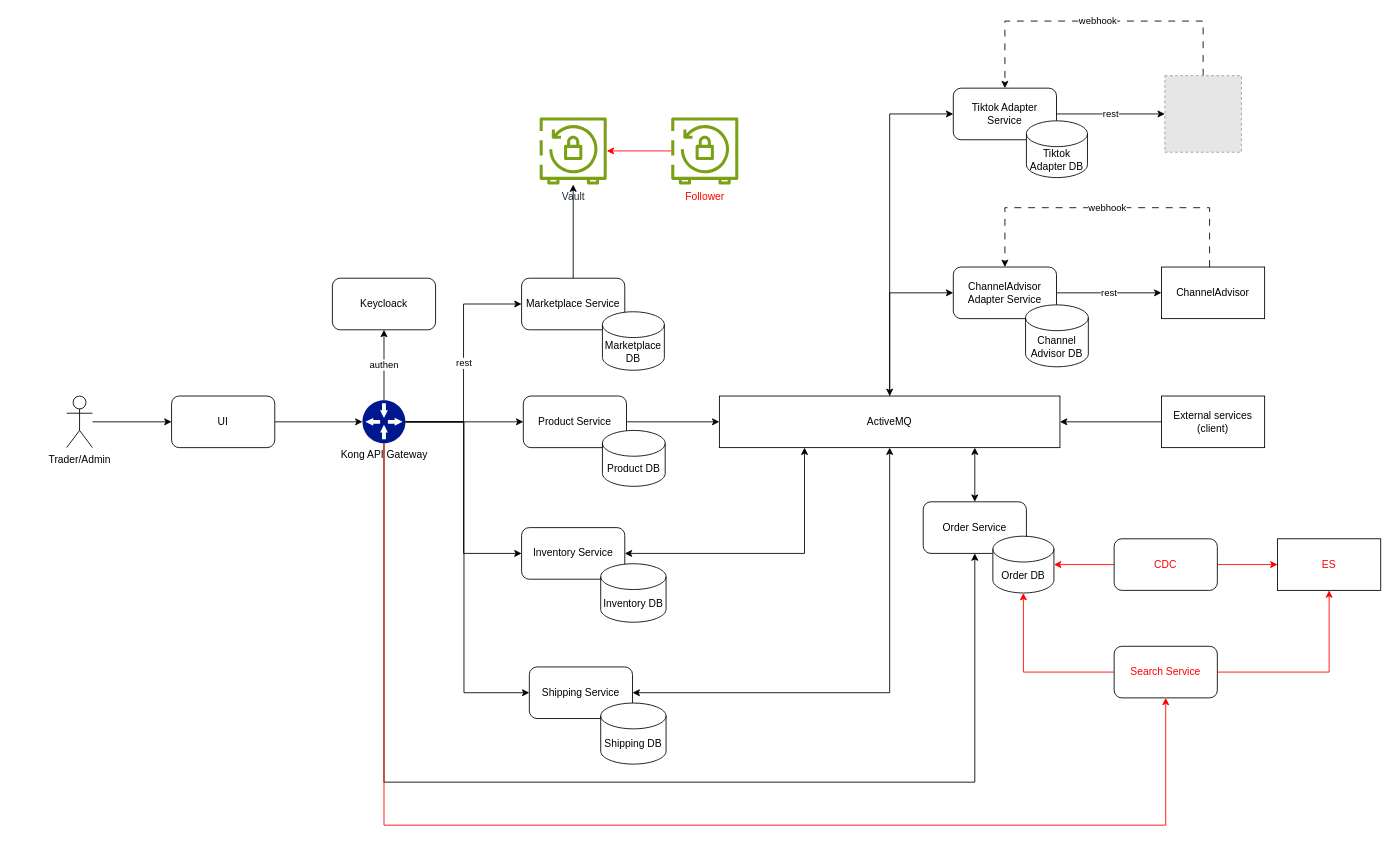
minhtran-q/hibernate-knowledge keeps this draw.io diagram as page "Page-17" (17 of 17) of hibernate.drawio. Above is the earlier version. Source tidied: cells renumbered, new cells numbered last; positions are measured from the earlier drawing's top-left corner, leaving out a move shared by most shapes. Both pictures are drawn from the tidied source at 86%, with x=0, y=0 at pixel (66, 21). Pictures stored in the file or linked from it are replaced by grey dashed boxes.
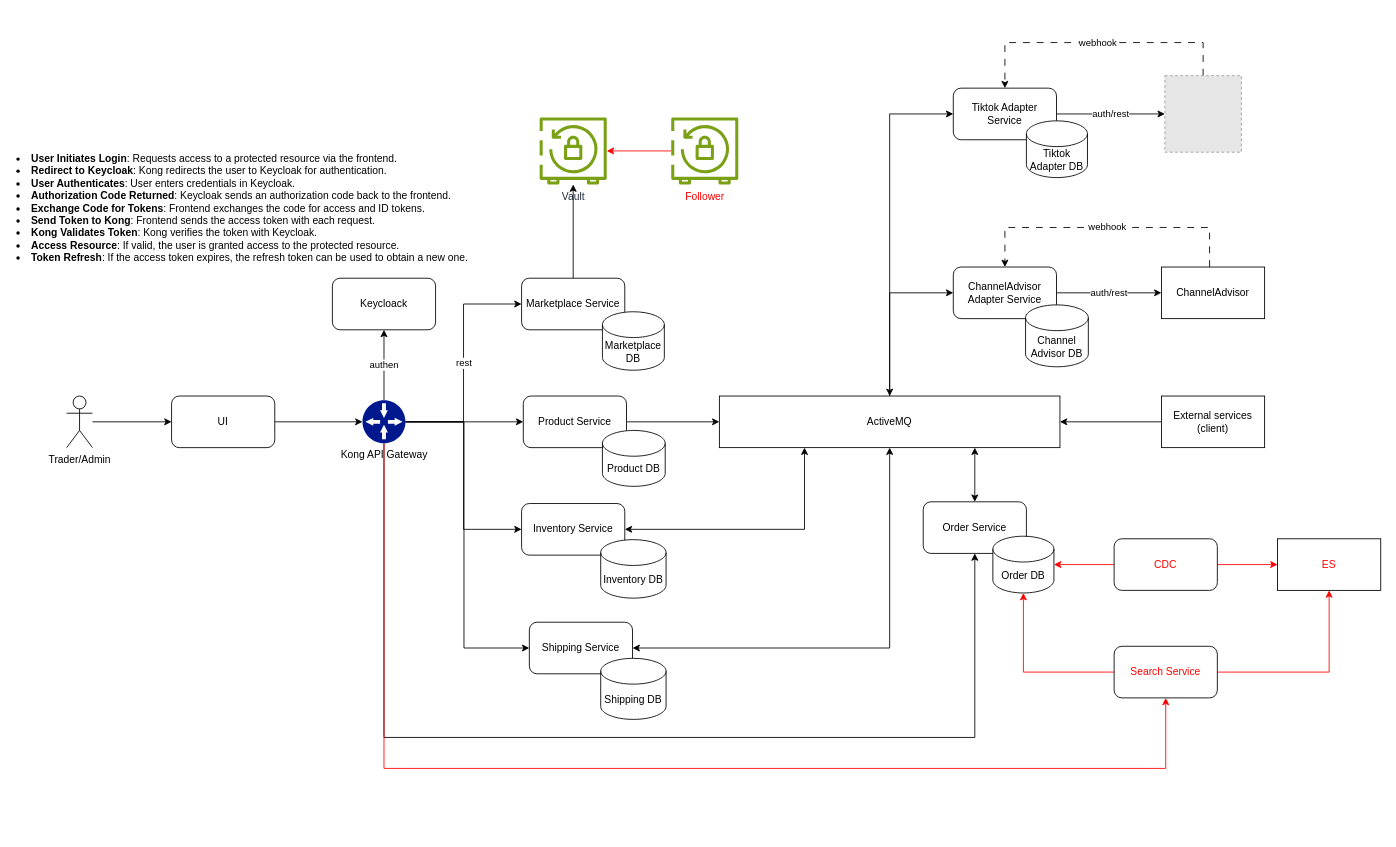
Above is the later version.

The change refers to these unchanged cells:
```xml
<mxCell id="12" value="Kong API Gateway" style="sketch=0;shadow=0;dashed=0;html=1;strokeColor=none;labelPosition=center;verticalLabelPosition=bottom;verticalAlign=top;align=center;fillColor=#00188D;shape=mxgraph.mscae.enterprise.gateway;" parent="1" vertex="1">
  <mxGeometry x="344" y="441" width="50" height="50" as="geometry" />
</mxCell>
<mxCell id="28" value="Tiktok Adapter Service" style="rounded=1;whiteSpace=wrap;html=1;" parent="1" vertex="1">
  <mxGeometry x="1031" y="78" width="120" height="60" as="geometry" />
</mxCell>
<mxCell id="30" value="ChannelAdvisor Adapter Service" style="rounded=1;whiteSpace=wrap;html=1;" parent="1" vertex="1">
  <mxGeometry x="1031" y="286" width="120" height="60" as="geometry" />
</mxCell>
<mxCell id="32" style="fillColor=#E6E6E6;strokeColor=#999999;dashed=1;html=1;verticalAlign=top;verticalLabelPosition=bottom;labelBackgroundColor=#ffffff;" parent="1" vertex="1">
  <mxGeometry x="1277" y="63.5" width="89" height="89" as="geometry" />
</mxCell>
<mxCell id="34" value="ChannelAdvisor" style="rounded=0;whiteSpace=wrap;html=1;" parent="1" vertex="1">
  <mxGeometry x="1273" y="286" width="120" height="60" as="geometry" />
</mxCell>
<mxCell id="36" value="Order Service" style="rounded=1;whiteSpace=wrap;html=1;" parent="1" vertex="1">
  <mxGeometry x="996" y="559" width="120" height="60" as="geometry" />
</mxCell>
<mxCell id="52" value="&lt;font color=&quot;#ff0000&quot;&gt;Search Service&lt;/font&gt;" style="rounded=1;whiteSpace=wrap;html=1;" parent="1" vertex="1">
  <mxGeometry x="1218" y="727" width="120" height="60" as="geometry" />
</mxCell>
```

Change to the diagram source:
```diff
@@
     <mxCell id="8" style="edgeStyle=orthogonalEdgeStyle;rounded=0;jettySize=auto;html=1;entryX=0;entryY=0.5;entryDx=0;entryDy=0;" parent="1" edge="1" source="12" target="38">
       <mxGeometry relative="1" as="geometry">
         <Array as="points">
           <mxPoint x="462" y="466" />
-          <mxPoint x="462" y="781" />
+          <mxPoint x="462" y="729" />
         </Array>
       </mxGeometry>
     </mxCell>
     <mxCell id="9" style="edgeStyle=orthogonalEdgeStyle;rounded=0;jettySize=auto;html=1;entryX=0.5;entryY=1;entryDx=0;entryDy=0;" parent="1" edge="1" source="12" target="36">
       <mxGeometry relative="1" as="geometry">
         <Array as="points">
-          <mxPoint x="369" y="885" />
-          <mxPoint x="1056" y="885" />
+          <mxPoint x="369" y="833" />
+          <mxPoint x="1056" y="833" />
         </Array>
       </mxGeometry>
     </mxCell>
@@
     <mxCell id="11" style="edgeStyle=orthogonalEdgeStyle;rounded=0;jettySize=auto;html=1;entryX=0.5;entryY=1;entryDx=0;entryDy=0;strokeColor=#FF0000;" parent="1" edge="1" source="12" target="52">
       <mxGeometry relative="1" as="geometry">
         <Array as="points">
-          <mxPoint x="369" y="935" />
-          <mxPoint x="1278" y="935" />
+          <mxPoint x="369" y="869" />
+          <mxPoint x="1278" y="869" />
         </Array>
       </mxGeometry>
     </mxCell>
@@
     <mxCell id="25" value="Inventory Service" style="rounded=1;whiteSpace=wrap;html=1;" parent="1" vertex="1">
-      <mxGeometry x="529" y="589" width="120" height="60" as="geometry" />
+      <mxGeometry x="529" y="561" width="120" height="60" as="geometry" />
     </mxCell>
     <mxCell id="26" value="Inventory DB" style="shape=cylinder3;whiteSpace=wrap;html=1;boundedLbl=1;backgroundOutline=1;size=15;" parent="1" vertex="1">
-      <mxGeometry x="621" y="631" width="76" height="68" as="geometry" />
+      <mxGeometry x="621" y="603" width="76" height="68" as="geometry" />
     </mxCell>
-    <mxCell id="27" value="rest" style="edgeStyle=orthogonalEdgeStyle;rounded=0;jettySize=auto;html=1;" parent="1" edge="1" source="28" target="32">
+    <mxCell id="27" value="auth/rest" style="edgeStyle=orthogonalEdgeStyle;rounded=0;jettySize=auto;html=1;" parent="1" edge="1" source="28" target="32">
       <mxGeometry relative="1" as="geometry" />
     </mxCell>
@@
-    <mxCell id="29" value="rest" style="edgeStyle=orthogonalEdgeStyle;rounded=0;jettySize=auto;html=1;" parent="1" edge="1" source="30" target="34">
+    <mxCell id="29" value="auth/rest" style="edgeStyle=orthogonalEdgeStyle;rounded=0;jettySize=auto;html=1;" parent="1" edge="1" source="30" target="34">
       <mxGeometry relative="1" as="geometry" />
     </mxCell>
@@
     <mxCell id="31" value="webhook" style="edgeStyle=orthogonalEdgeStyle;rounded=0;jettySize=auto;html=1;entryX=0.5;entryY=0;entryDx=0;entryDy=0;dashed=1;dashPattern=8 8;" parent="1" edge="1" source="32" target="28">
       <mxGeometry relative="1" as="geometry">
         <Array as="points">
-          <mxPoint x="1322" />
-          <mxPoint x="1091" />
+          <mxPoint x="1322" y="25" />
+          <mxPoint x="1091" y="25" />
         </Array>
       </mxGeometry>
     </mxCell>
@@
     <mxCell id="33" value="webhook" style="edgeStyle=orthogonalEdgeStyle;rounded=0;jettySize=auto;html=1;entryX=0.5;entryY=0;entryDx=0;entryDy=0;dashed=1;dashPattern=8 8;strokeColor=default;align=center;verticalAlign=middle;fontFamily=Helvetica;fontSize=11;fontColor=default;labelBackgroundColor=default;endArrow=classic;" parent="1" edge="1" source="34" target="30">
       <mxGeometry relative="1" as="geometry">
         <Array as="points">
-          <mxPoint x="1329" y="217" />
-          <mxPoint x="1091" y="217" />
+          <mxPoint x="1329" y="240" />
+          <mxPoint x="1091" y="240" />
         </Array>
       </mxGeometry>
     </mxCell>
@@
     <mxCell id="38" value="Shipping Service" style="rounded=1;whiteSpace=wrap;html=1;" parent="1" vertex="1">
-      <mxGeometry x="538" y="751" width="120" height="60" as="geometry" />
+      <mxGeometry x="538" y="699" width="120" height="60" as="geometry" />
     </mxCell>
     <mxCell id="39" value="Shipping DB" style="shape=cylinder3;whiteSpace=wrap;html=1;boundedLbl=1;backgroundOutline=1;size=15;" parent="1" vertex="1">
-      <mxGeometry x="621" y="793" width="76" height="71" as="geometry" />
+      <mxGeometry x="621" y="741" width="76" height="71" as="geometry" />
     </mxCell>
@@
+    <mxCell id="55" value="&lt;li&gt;&lt;strong&gt;User Initiates Login&lt;/strong&gt;: Requests access to a protected resource via the frontend.&lt;/li&gt;&lt;li&gt;&lt;strong&gt;Redirect to Keycloak&lt;/strong&gt;: Kong redirects the user to Keycloak for authentication.&lt;/li&gt;&lt;li&gt;&lt;strong&gt;User Authenticates&lt;/strong&gt;: User enters credentials in Keycloak.&lt;/li&gt;&lt;li&gt;&lt;strong&gt;Authorization Code Returned&lt;/strong&gt;: Keycloak sends an authorization code back to the frontend.&lt;/li&gt;&lt;li&gt;&lt;strong&gt;Exchange Code for Tokens&lt;/strong&gt;: Frontend exchanges the code for access and ID tokens.&lt;/li&gt;&lt;li&gt;&lt;strong&gt;Send Token to Kong&lt;/strong&gt;: Frontend sends the access token with each request.&lt;/li&gt;&lt;li&gt;&lt;strong&gt;Kong Validates Token&lt;/strong&gt;: Kong verifies the token with Keycloak.&lt;/li&gt;&lt;li&gt;&lt;strong&gt;Access Resource&lt;/strong&gt;: If valid, the user is granted access to the protected resource.&lt;/li&gt;&lt;li&gt;&lt;strong&gt;Token Refresh&lt;/strong&gt;: If the access token expires, the refresh token can be used to obtain a new one.&lt;/li&gt;" style="text;whiteSpace=wrap;html=1;" parent="1" vertex="1">
+      <mxGeometry x="-60" y="146" width="550" height="150" as="geometry" />
+    </mxCell>
```
